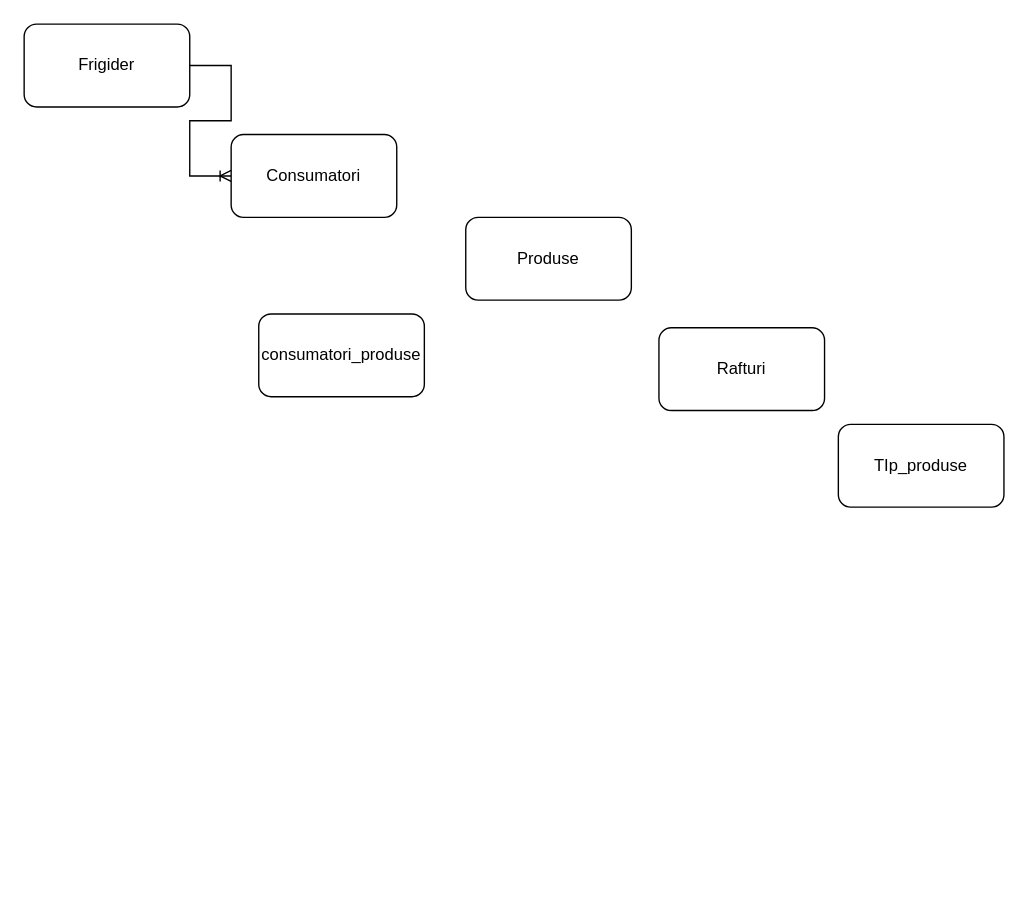
The draw.io diagram Untitled Diagram.drawio in MariaAgent007/databases, before the edit. Source tidied: cells renumbered, new cells numbered last; positions are measured from the earlier drawing's top-left corner, leaving out a move shared by most shapes. Both pictures are drawn from the tidied source at 138%, with x=0, y=0 at pixel (23, 23).
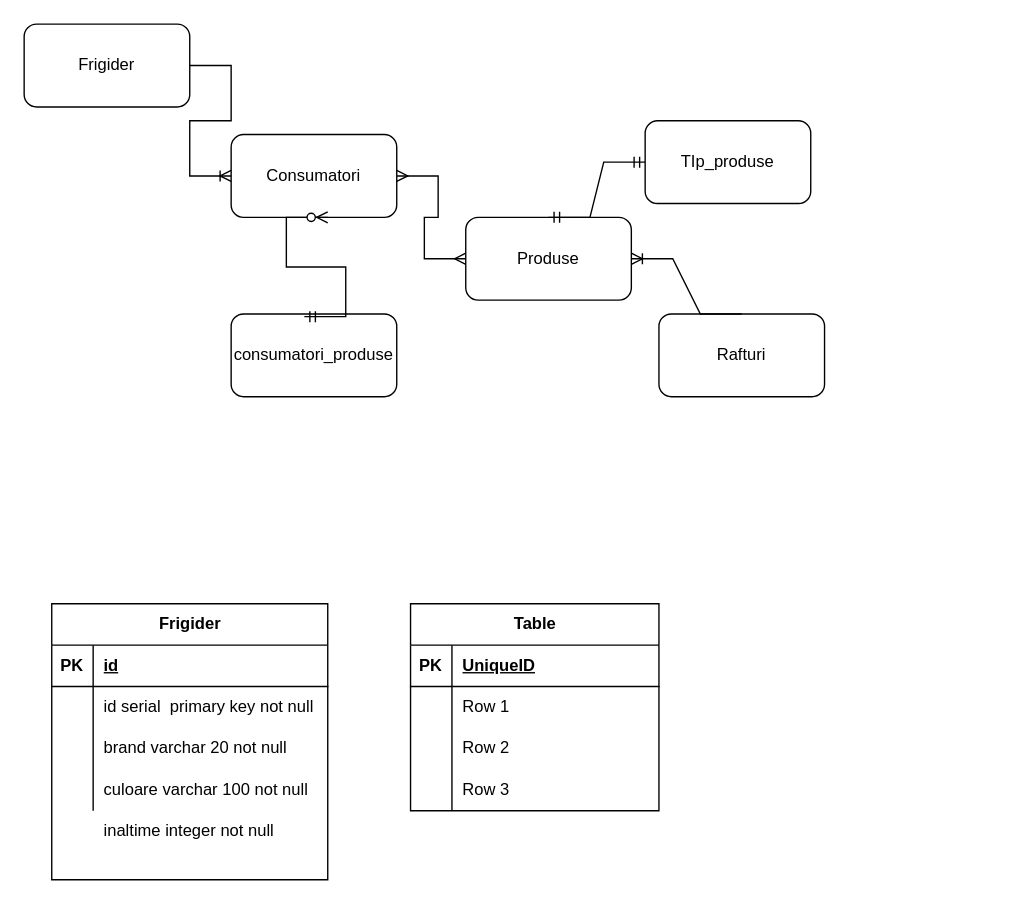
Above is the later version.

The change refers to these unchanged cells:
```xml
<mxCell id="4" value="Produse" style="rounded=1;whiteSpace=wrap;html=1;" parent="1" vertex="1">
  <mxGeometry x="320" y="140" width="120" height="60" as="geometry" />
</mxCell>
```

Diff of the diagram source:
```diff
@@
     <mxCell id="5" value="consumatori_produse" style="rounded=1;whiteSpace=wrap;html=1;" parent="1" vertex="1">
-      <mxGeometry x="170" y="210" width="120" height="60" as="geometry" />
+      <mxGeometry x="150" y="210" width="120" height="60" as="geometry" />
     </mxCell>
     <mxCell id="6" value="Rafturi" style="rounded=1;whiteSpace=wrap;html=1;" parent="1" vertex="1">
-      <mxGeometry x="460" y="220" width="120" height="60" as="geometry" />
+      <mxGeometry x="460" y="210" width="120" height="60" as="geometry" />
     </mxCell>
     <mxCell id="7" value="TIp_produse" style="rounded=1;whiteSpace=wrap;html=1;" parent="1" vertex="1">
-      <mxGeometry x="590" y="290" width="120" height="60" as="geometry" />
+      <mxGeometry x="450" y="70" width="120" height="60" as="geometry" />
     </mxCell>
@@
+    <mxCell id="9" style="edgeStyle=entityRelationEdgeStyle;fontSize=12;html=1;endArrow=ERmany;startArrow=ERmany;rounded=0;entryX=0;entryY=0.5;entryDx=0;entryDy=0;" parent="1" edge="1" target="4">
+      <mxGeometry relative="1" as="geometry">
+        <mxPoint x="270" y="110" as="sourcePoint" />
+      </mxGeometry>
+    </mxCell>
+    <mxCell id="10" value="Frigider" style="shape=table;startSize=30;childLayout=tableLayout;rowLines=0;fontStyle=1;align=center;html=1;" parent="1" vertex="1">
+      <mxGeometry x="20" y="420" width="200" height="200" as="geometry" />
+    </mxCell>
+    <mxCell id="11" style="shape=tableRow;horizontal=0;startSize=0;swimlaneHead=0;swimlaneBody=0;fillColor=none;top=0;left=0;right=0;bottom=1;" parent="10" vertex="1">
+      <mxGeometry y="30" width="200" height="30" as="geometry" />
+    </mxCell>
+    <mxCell id="12" value="PK" style="shape=partialRectangle;fillColor=none;top=0;left=0;bottom=0;right=0;fontStyle=1;overflow=hidden;whiteSpace=wrap;html=1;" parent="11" vertex="1">
+      <mxGeometry width="30" height="30" as="geometry" />
+    </mxCell>
+    <mxCell id="13" value="id" style="shape=partialRectangle;fillColor=none;top=0;left=0;bottom=0;right=0;align=left;spacingLeft=6;fontStyle=5;overflow=hidden;whiteSpace=wrap;html=1;" parent="11" vertex="1">
+      <mxGeometry x="30" width="170" height="30" as="geometry" />
+    </mxCell>
+    <mxCell id="14" style="shape=tableRow;horizontal=0;startSize=0;swimlaneHead=0;swimlaneBody=0;fillColor=none;top=0;left=0;right=0;bottom=0;" parent="10" vertex="1">
+      <mxGeometry y="60" width="200" height="30" as="geometry" />
+    </mxCell>
+    <mxCell id="15" style="shape=partialRectangle;fillColor=none;top=0;left=0;bottom=0;right=0;overflow=hidden;whiteSpace=wrap;html=1;" parent="14" vertex="1">
+      <mxGeometry width="30" height="30" as="geometry" />
+    </mxCell>
+    <mxCell id="16" value="id serial&amp;nbsp; primary key not null" style="shape=partialRectangle;fillColor=none;top=0;left=0;bottom=0;right=0;align=left;spacingLeft=6;overflow=hidden;whiteSpace=wrap;html=1;" parent="14" vertex="1">
+      <mxGeometry x="30" width="170" height="30" as="geometry" />
+    </mxCell>
+    <mxCell id="17" style="shape=tableRow;horizontal=0;startSize=0;swimlaneHead=0;swimlaneBody=0;fillColor=none;top=0;left=0;right=0;bottom=0;" parent="10" vertex="1">
+      <mxGeometry y="90" width="200" height="30" as="geometry" />
+    </mxCell>
+    <mxCell id="18" style="shape=partialRectangle;fillColor=none;top=0;left=0;bottom=0;right=0;overflow=hidden;whiteSpace=wrap;html=1;" parent="17" vertex="1">
+      <mxGeometry width="30" height="30" as="geometry" />
+    </mxCell>
+    <mxCell id="19" value="brand varchar 20 not null" style="shape=partialRectangle;fillColor=none;top=0;left=0;bottom=0;right=0;align=left;spacingLeft=6;overflow=hidden;whiteSpace=wrap;html=1;" parent="17" vertex="1">
+      <mxGeometry x="30" width="170" height="30" as="geometry" />
+    </mxCell>
+    <mxCell id="20" style="shape=tableRow;horizontal=0;startSize=0;swimlaneHead=0;swimlaneBody=0;fillColor=none;top=0;left=0;right=0;bottom=0;" parent="10" vertex="1">
+      <mxGeometry y="120" width="200" height="30" as="geometry" />
+    </mxCell>
+    <mxCell id="21" style="shape=partialRectangle;fillColor=none;top=0;left=0;bottom=0;right=0;overflow=hidden;whiteSpace=wrap;html=1;" parent="20" vertex="1">
+      <mxGeometry width="30" height="30" as="geometry" />
+    </mxCell>
+    <mxCell id="22" value="culoare varchar 100 not null" style="shape=partialRectangle;fillColor=none;top=0;left=0;bottom=0;right=0;align=left;spacingLeft=6;overflow=hidden;whiteSpace=wrap;html=1;" parent="20" vertex="1">
+      <mxGeometry x="30" width="170" height="30" as="geometry" />
+    </mxCell>
+    <mxCell id="23" value="inaltime integer not null" style="shape=partialRectangle;fillColor=none;top=0;left=0;bottom=0;right=0;align=left;spacingLeft=6;overflow=hidden;whiteSpace=wrap;html=1;" parent="1" vertex="1">
+      <mxGeometry x="50" y="570" width="170" height="30" as="geometry" />
+    </mxCell>
+    <mxCell id="24" value="Table" style="shape=table;startSize=30;childLayout=tableLayout;rowLines=0;fontStyle=1;align=center;html=1;" parent="1" vertex="1">
+      <mxGeometry x="280" y="420" width="180" height="150" as="geometry" />
+    </mxCell>
+    <mxCell id="25" style="shape=tableRow;horizontal=0;startSize=0;swimlaneHead=0;swimlaneBody=0;fillColor=none;top=0;left=0;right=0;bottom=1;" parent="24" vertex="1">
+      <mxGeometry y="30" width="180" height="30" as="geometry" />
+    </mxCell>
+    <mxCell id="26" value="PK" style="shape=partialRectangle;fillColor=none;top=0;left=0;bottom=0;right=0;fontStyle=1;overflow=hidden;whiteSpace=wrap;html=1;" parent="25" vertex="1">
+      <mxGeometry width="30" height="30" as="geometry" />
+    </mxCell>
+    <mxCell id="27" value="UniqueID" style="shape=partialRectangle;fillColor=none;top=0;left=0;bottom=0;right=0;align=left;spacingLeft=6;fontStyle=5;overflow=hidden;whiteSpace=wrap;html=1;" parent="25" vertex="1">
+      <mxGeometry x="30" width="150" height="30" as="geometry" />
+    </mxCell>
+    <mxCell id="28" style="shape=tableRow;horizontal=0;startSize=0;swimlaneHead=0;swimlaneBody=0;fillColor=none;top=0;left=0;right=0;bottom=0;" parent="24" vertex="1">
+      <mxGeometry y="60" width="180" height="30" as="geometry" />
+    </mxCell>
+    <mxCell id="29" style="shape=partialRectangle;fillColor=none;top=0;left=0;bottom=0;right=0;overflow=hidden;whiteSpace=wrap;html=1;" parent="28" vertex="1">
+      <mxGeometry width="30" height="30" as="geometry" />
+    </mxCell>
+    <mxCell id="30" value="Row 1" style="shape=partialRectangle;fillColor=none;top=0;left=0;bottom=0;right=0;align=left;spacingLeft=6;overflow=hidden;whiteSpace=wrap;html=1;" parent="28" vertex="1">
+      <mxGeometry x="30" width="150" height="30" as="geometry" />
+    </mxCell>
+    <mxCell id="31" style="shape=tableRow;horizontal=0;startSize=0;swimlaneHead=0;swimlaneBody=0;fillColor=none;top=0;left=0;right=0;bottom=0;" parent="24" vertex="1">
+      <mxGeometry y="90" width="180" height="30" as="geometry" />
+    </mxCell>
+    <mxCell id="32" style="shape=partialRectangle;fillColor=none;top=0;left=0;bottom=0;right=0;overflow=hidden;whiteSpace=wrap;html=1;" parent="31" vertex="1">
+      <mxGeometry width="30" height="30" as="geometry" />
+    </mxCell>
+    <mxCell id="33" value="Row 2" style="shape=partialRectangle;fillColor=none;top=0;left=0;bottom=0;right=0;align=left;spacingLeft=6;overflow=hidden;whiteSpace=wrap;html=1;" parent="31" vertex="1">
+      <mxGeometry x="30" width="150" height="30" as="geometry" />
+    </mxCell>
+    <mxCell id="34" style="shape=tableRow;horizontal=0;startSize=0;swimlaneHead=0;swimlaneBody=0;fillColor=none;top=0;left=0;right=0;bottom=0;" parent="24" vertex="1">
+      <mxGeometry y="120" width="180" height="30" as="geometry" />
+    </mxCell>
+    <mxCell id="35" style="shape=partialRectangle;fillColor=none;top=0;left=0;bottom=0;right=0;overflow=hidden;whiteSpace=wrap;html=1;" parent="34" vertex="1">
+      <mxGeometry width="30" height="30" as="geometry" />
+    </mxCell>
+    <mxCell id="36" value="Row 3" style="shape=partialRectangle;fillColor=none;top=0;left=0;bottom=0;right=0;align=left;spacingLeft=6;overflow=hidden;whiteSpace=wrap;html=1;" parent="34" vertex="1">
+      <mxGeometry x="30" width="150" height="30" as="geometry" />
+    </mxCell>
+    <mxCell id="37" style="edgeStyle=entityRelationEdgeStyle;fontSize=12;html=1;endArrow=ERzeroToMany;startArrow=ERmandOne;rounded=0;exitX=0.442;exitY=0.033;exitDx=0;exitDy=0;exitPerimeter=0;" parent="1" edge="1" source="5">
+      <mxGeometry relative="1" as="geometry">
+        <mxPoint x="220" y="140" as="targetPoint" />
+      </mxGeometry>
+    </mxCell>
+    <mxCell id="38" style="edgeStyle=entityRelationEdgeStyle;fontSize=12;html=1;endArrow=ERmandOne;startArrow=ERmandOne;rounded=0;entryX=0;entryY=0.5;entryDx=0;entryDy=0;" parent="1" edge="1" target="7">
+      <mxGeometry relative="1" as="geometry">
+        <mxPoint x="380" y="140" as="sourcePoint" />
+      </mxGeometry>
+    </mxCell>
+    <mxCell id="39" style="edgeStyle=entityRelationEdgeStyle;fontSize=12;html=1;endArrow=ERoneToMany;rounded=0;entryX=1;entryY=0.5;entryDx=0;entryDy=0;exitX=0.5;exitY=0;exitDx=0;exitDy=0;" parent="1" edge="1" source="6" target="4">
+      <mxGeometry relative="1" as="geometry">
+        <Array as="points">
+          <mxPoint x="510" y="200" />
+        </Array>
+      </mxGeometry>
+    </mxCell>
```
